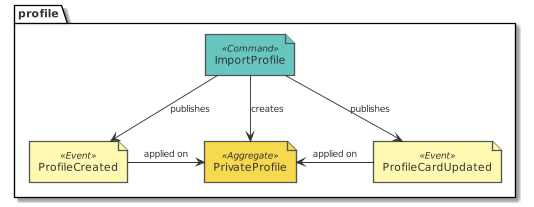
Before: paper/design_profile_eventstorming_import.png, a diagram exported from PlantUML (tmorin/dorders).
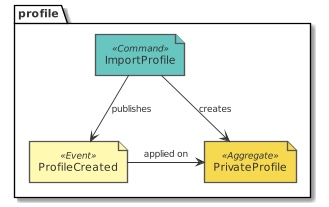
After the change.

Diff of the diagram source:
```diff
@@ -4,12 +4,9 @@
 package profile {
   command('ImportProfile')
   event('ProfileCreated')
-  event('ProfileCardUpdated')
   aggregate('PrivateProfile')
 }
 ImportProfile --> ProfileCreated : publishes
-ImportProfile --> ProfileCardUpdated : publishes
 ImportProfile -d-> PrivateProfile : creates
 ProfileCreated -r-> PrivateProfile : applied on
-ProfileCardUpdated -l-> PrivateProfile : applied on
 @enduml
```
